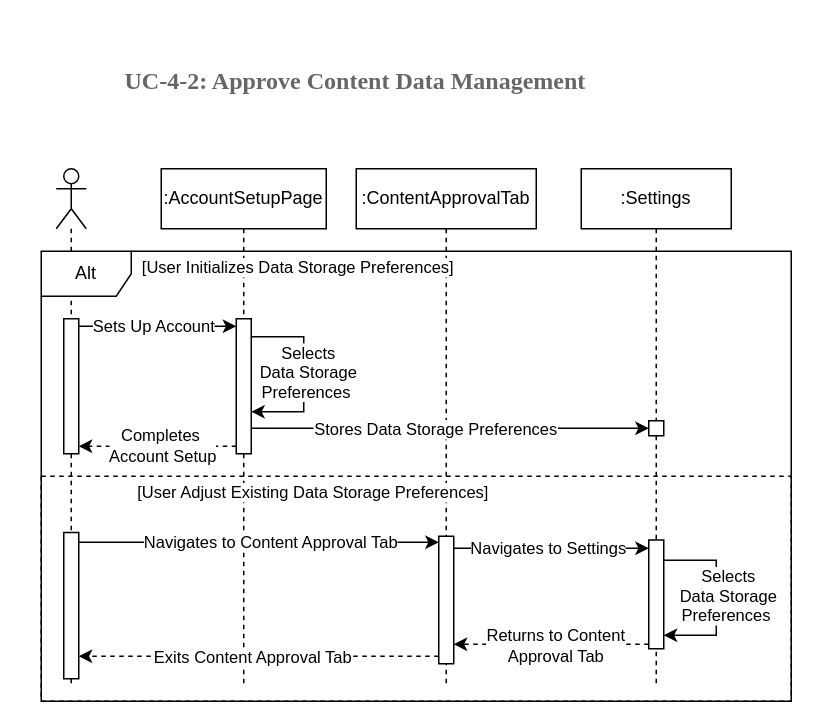
Before: SENG 321/SQD4-2.drawio in amirabdullahi1/gold, a draw.io diagram. Source tidied: cells renumbered, new cells numbered last; positions are measured from the earlier drawing's top-left corner, leaving out a move shared by most shapes. Both pictures are drawn from the tidied source at 150%, with x=0, y=0 at pixel (26, 26).
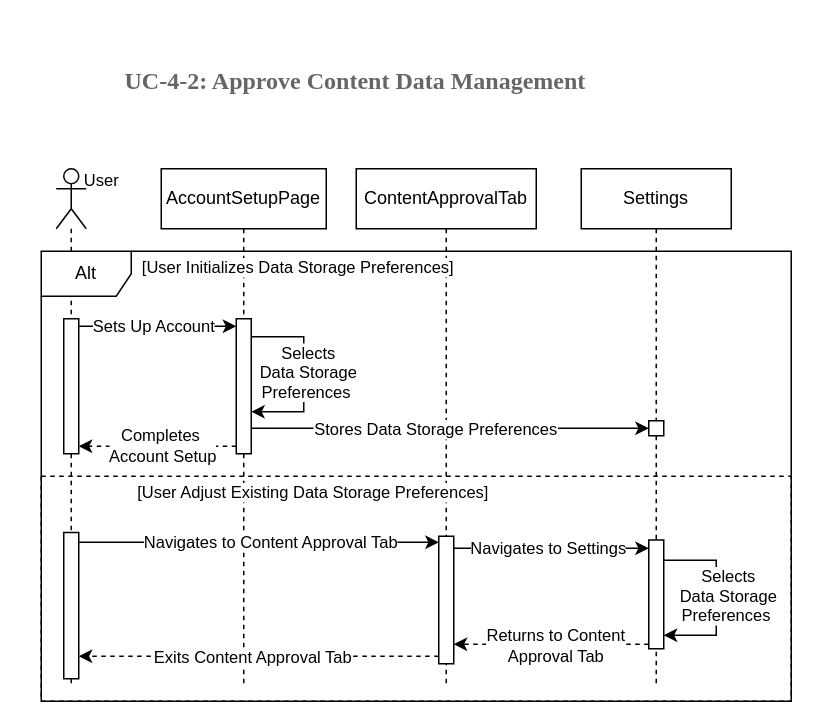
After the change.

The change refers to these unchanged cells:
```xml
<mxCell id="14" style="edgeStyle=orthogonalEdgeStyle;rounded=0;jettySize=auto;html=1;curved=0;" parent="1" edge="1" source="11" target="6">
  <mxGeometry relative="1" as="geometry">
    <Array as="points">
      <mxPoint x="90" y="200" />
      <mxPoint x="90" y="200" />
    </Array>
  </mxGeometry>
</mxCell>
```

What changed in the source:
```diff
@@
-    <mxCell id="3" value=":ContentApprovalTab" style="shape=umlLifeline;perimeter=lifelinePerimeter;whiteSpace=wrap;html=1;newEdgeStyle={&quot;edgeStyle&quot;:&quot;elbowEdgeStyle&quot;,&quot;elbow&quot;:&quot;vertical&quot;,&quot;curved&quot;:0,&quot;rounded&quot;:0};" parent="1" vertex="1">
+    <mxCell id="3" value="ContentApprovalTab" style="shape=umlLifeline;perimeter=lifelinePerimeter;whiteSpace=wrap;html=1;newEdgeStyle={&quot;edgeStyle&quot;:&quot;elbowEdgeStyle&quot;,&quot;elbow&quot;:&quot;vertical&quot;,&quot;curved&quot;:0,&quot;rounded&quot;:0};" parent="1" vertex="1">
       <mxGeometry x="220" y="95" width="120" height="345" as="geometry" />
     </mxCell>
@@
-    <mxCell id="5" value=":AccountSetupPage" style="shape=umlLifeline;perimeter=lifelinePerimeter;whiteSpace=wrap;html=1;newEdgeStyle={&quot;edgeStyle&quot;:&quot;elbowEdgeStyle&quot;,&quot;elbow&quot;:&quot;vertical&quot;,&quot;curved&quot;:0,&quot;rounded&quot;:0};" parent="1" vertex="1">
+    <mxCell id="5" value="AccountSetupPage" style="shape=umlLifeline;perimeter=lifelinePerimeter;whiteSpace=wrap;html=1;newEdgeStyle={&quot;edgeStyle&quot;:&quot;elbowEdgeStyle&quot;,&quot;elbow&quot;:&quot;vertical&quot;,&quot;curved&quot;:0,&quot;rounded&quot;:0};" parent="1" vertex="1">
       <mxGeometry x="90" y="95" width="110" height="345" as="geometry" />
     </mxCell>
@@
-    <mxCell id="7" value=":Settings" style="shape=umlLifeline;perimeter=lifelinePerimeter;whiteSpace=wrap;html=1;newEdgeStyle={&quot;edgeStyle&quot;:&quot;elbowEdgeStyle&quot;,&quot;elbow&quot;:&quot;vertical&quot;,&quot;curved&quot;:0,&quot;rounded&quot;:0};" parent="1" vertex="1">
+    <mxCell id="7" value="Settings" style="shape=umlLifeline;perimeter=lifelinePerimeter;whiteSpace=wrap;html=1;newEdgeStyle={&quot;edgeStyle&quot;:&quot;elbowEdgeStyle&quot;,&quot;elbow&quot;:&quot;vertical&quot;,&quot;curved&quot;:0,&quot;rounded&quot;:0};" parent="1" vertex="1">
       <mxGeometry x="370" y="95" width="100" height="345" as="geometry" />
     </mxCell>
@@
+    <mxCell id="35" value="User" style="edgeLabel;html=1;align=center;verticalAlign=middle;labelBorderColor=none;labelBackgroundColor=none;" parent="14" vertex="1">
+      <mxGeometry x="0.88" y="-2" relative="1" as="geometry">
+        <mxPoint x="-85" y="-100" as="offset" />
+      </mxGeometry>
+    </mxCell>
```
